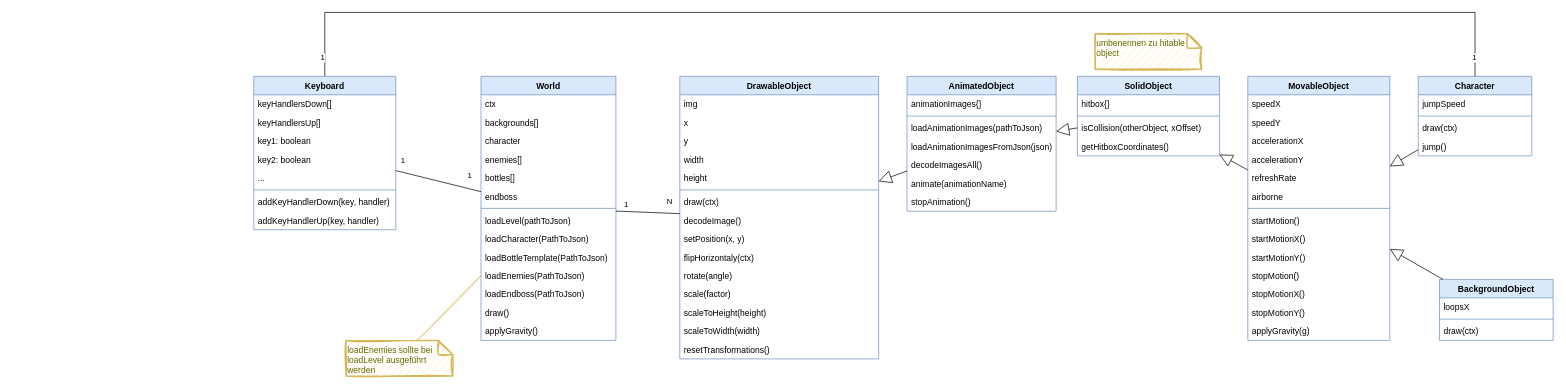
Before: uml/classDiagram.drawio in ReinhardWansch/ElPolloLoco, a draw.io diagram. Source tidied: cells renumbered, new cells numbered last; positions are measured from the earlier drawing's top-left corner, leaving out a move shared by most shapes. Both pictures are drawn from the tidied source at 71%, with x=0, y=0 at pixel (253, 12).
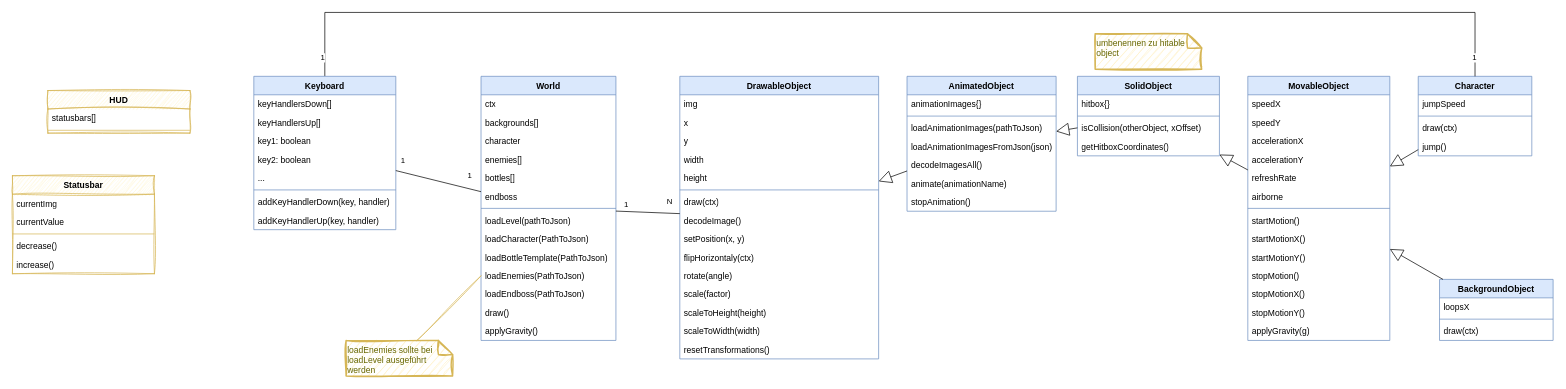
After the change.

Commit message (it also covers changes not shown here):
increase decrease statusbar, TODO: if is empty or is full

Diff of the diagram source:
```diff
@@
+    <mxCell id="96" value="Statusbar" style="swimlane;fontStyle=1;align=center;verticalAlign=top;horizontal=1;startSize=26;whiteSpace=wrap;html=1;fillColor=#fff2cc;strokeColor=#d6b656;sketch=1;curveFitting=1;jiggle=2;" parent="1" vertex="1">
+      <mxGeometry x="-340" y="230" width="200" height="138" as="geometry" />
+    </mxCell>
+    <mxCell id="97" value="currentImg" style="text;strokeColor=none;fillColor=none;align=left;verticalAlign=top;spacingLeft=4;spacingRight=4;overflow=hidden;whiteSpace=wrap;html=1;" parent="96" vertex="1">
+      <mxGeometry y="26" width="200" height="26" as="geometry" />
+    </mxCell>
+    <mxCell id="98" value="currentValue" style="text;strokeColor=none;fillColor=none;align=left;verticalAlign=top;spacingLeft=4;spacingRight=4;overflow=hidden;whiteSpace=wrap;html=1;" parent="96" vertex="1">
+      <mxGeometry y="52" width="200" height="26" as="geometry" />
+    </mxCell>
+    <mxCell id="99" style="line;strokeWidth=1;fillColor=none;align=left;verticalAlign=middle;spacingTop=-1;spacingLeft=3;spacingRight=3;labelPosition=right;strokeColor=inherit;" parent="96" vertex="1">
+      <mxGeometry y="78" width="200" height="8" as="geometry" />
+    </mxCell>
+    <mxCell id="100" value="decrease()" style="text;strokeColor=none;fillColor=none;align=left;verticalAlign=top;spacingLeft=4;spacingRight=4;overflow=hidden;whiteSpace=wrap;html=1;" parent="96" vertex="1">
+      <mxGeometry y="86" width="200" height="26" as="geometry" />
+    </mxCell>
+    <mxCell id="101" value="increase()" style="text;strokeColor=none;fillColor=none;align=left;verticalAlign=top;spacingLeft=4;spacingRight=4;overflow=hidden;whiteSpace=wrap;html=1;" parent="96" vertex="1">
+      <mxGeometry y="112" width="200" height="26" as="geometry" />
+    </mxCell>
+    <mxCell id="102" value="HUD" style="swimlane;fontStyle=1;align=center;verticalAlign=top;horizontal=1;startSize=26;whiteSpace=wrap;html=1;fillColor=#fff2cc;strokeColor=#d6b656;sketch=1;curveFitting=1;jiggle=2;" parent="1" vertex="1">
+      <mxGeometry x="-290" y="110" width="200" height="60" as="geometry" />
+    </mxCell>
+    <mxCell id="103" value="statusbars[]" style="text;strokeColor=none;fillColor=none;align=left;verticalAlign=top;spacingLeft=4;spacingRight=4;overflow=hidden;whiteSpace=wrap;html=1;" parent="102" vertex="1">
+      <mxGeometry y="26" width="200" height="26" as="geometry" />
+    </mxCell>
+    <mxCell id="104" style="line;strokeWidth=1;fillColor=none;align=left;verticalAlign=middle;spacingTop=-1;spacingLeft=3;spacingRight=3;labelPosition=right;strokeColor=inherit;" parent="102" vertex="1">
+      <mxGeometry y="52" width="200" height="8" as="geometry" />
+    </mxCell>
```
